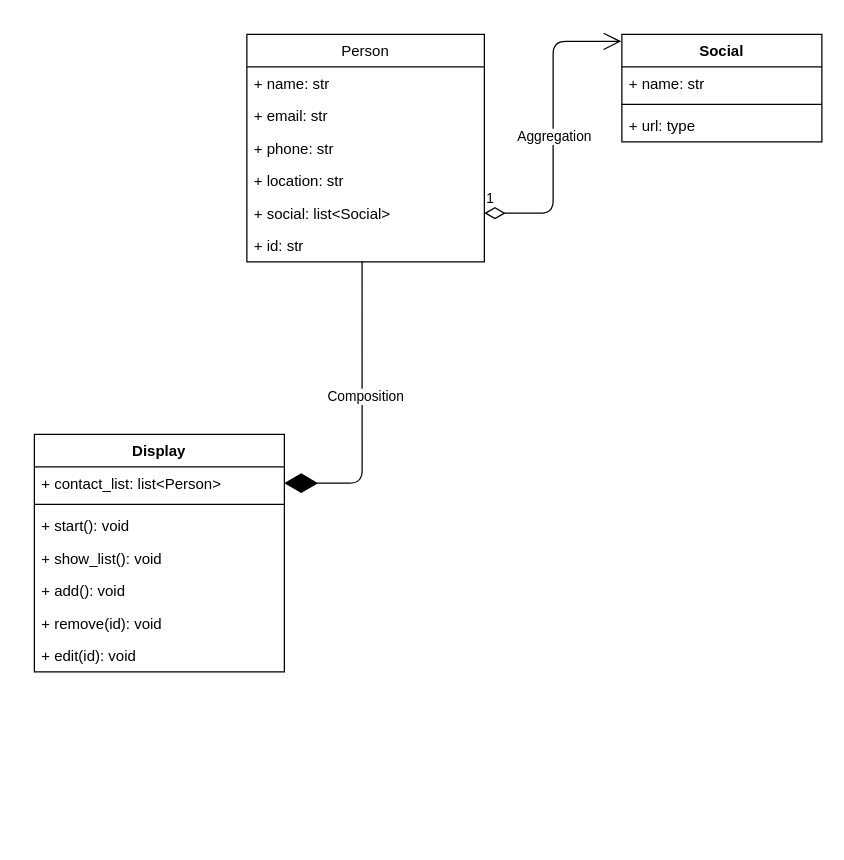
The draw.io diagram UML_Diagram/Contact_list.drawio in fahimfaisaal/contact_list_app, before the edit. Source tidied: cells renumbered, new cells numbered last; positions are measured from the earlier drawing's top-left corner, leaving out a move shared by most shapes. Both pictures are drawn from the tidied source at 125%, with x=0, y=0 at pixel (34, 34).
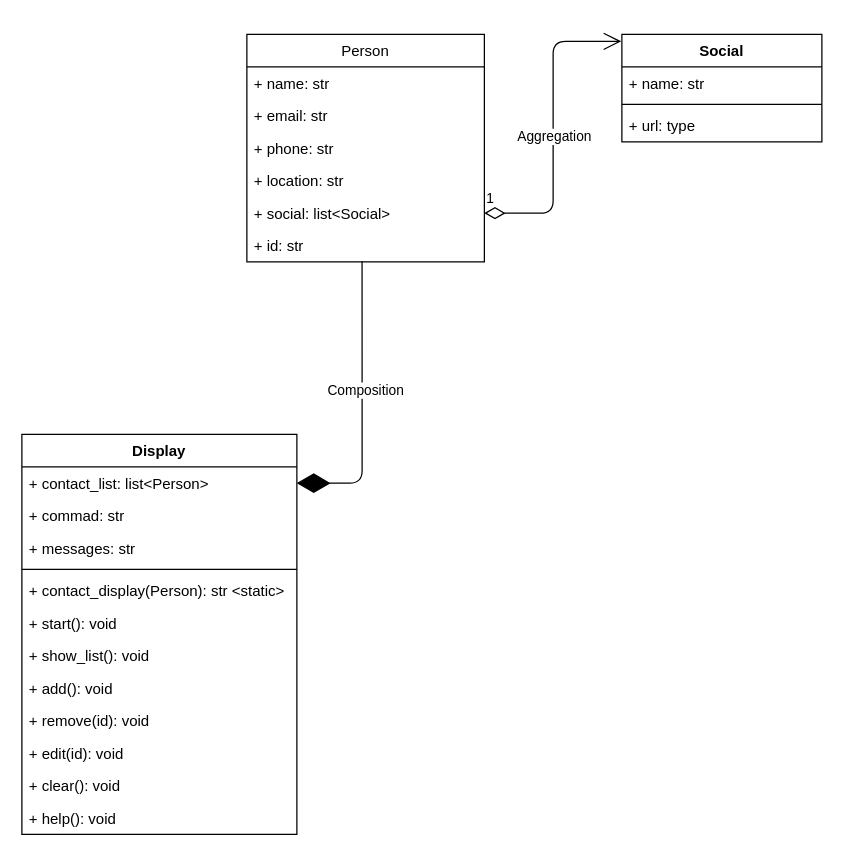
Above is the later version.

What changed in the source:
```diff
@@
     <mxCell id="15" value="Display" style="swimlane;fontStyle=1;align=center;verticalAlign=top;horizontal=1;startSize=26;" parent="1" vertex="1">
-      <mxGeometry y="320" width="200" height="190" as="geometry" />
+      <mxGeometry x="-10" y="320" width="220" height="320" as="geometry" />
     </mxCell>
     <mxCell id="16" value="+ contact_list: list&lt;Person&gt;" style="text;strokeColor=none;fillColor=none;align=left;verticalAlign=top;spacingLeft=4;spacingRight=4;overflow=hidden;points=[[0,0.5],[1,0.5]];portConstraint=eastwest;" parent="15" vertex="1">
-      <mxGeometry y="26" width="200" height="26" as="geometry" />
+      <mxGeometry y="26" width="220" height="26" as="geometry" />
     </mxCell>
+    <mxCell id="25" value="+ commad: str" style="text;strokeColor=none;fillColor=none;align=left;verticalAlign=top;spacingLeft=4;spacingRight=4;overflow=hidden;" parent="15" vertex="1">
+      <mxGeometry y="52" width="220" height="26" as="geometry" />
+    </mxCell>
+    <mxCell id="26" value="+ messages: str" style="text;strokeColor=none;fillColor=none;align=left;verticalAlign=top;spacingLeft=4;spacingRight=4;overflow=hidden;" parent="15" vertex="1">
+      <mxGeometry y="78" width="220" height="26" as="geometry" />
+    </mxCell>
     <mxCell id="17" style="line;strokeWidth=1;fillColor=none;align=left;verticalAlign=middle;spacingTop=-1;spacingLeft=3;spacingRight=3;labelPosition=right;" parent="15" vertex="1">
-      <mxGeometry y="52" width="200" height="8" as="geometry" />
+      <mxGeometry y="104" width="220" height="8" as="geometry" />
     </mxCell>
+    <mxCell id="27" value="+ contact_display(Person): str &lt;static&gt;" style="text;strokeColor=none;fillColor=none;align=left;verticalAlign=top;spacingLeft=4;spacingRight=4;overflow=hidden;" parent="15" vertex="1">
+      <mxGeometry y="112" width="220" height="26" as="geometry" />
+    </mxCell>
     <mxCell id="18" value="+ start(): void" style="text;strokeColor=none;fillColor=none;align=left;verticalAlign=top;spacingLeft=4;spacingRight=4;overflow=hidden;" parent="15" vertex="1">
-      <mxGeometry y="60" width="200" height="26" as="geometry" />
+      <mxGeometry y="138" width="220" height="26" as="geometry" />
     </mxCell>
     <mxCell id="19" value="+ show_list(): void" style="text;strokeColor=none;fillColor=none;align=left;verticalAlign=top;spacingLeft=4;spacingRight=4;overflow=hidden;" parent="15" vertex="1">
-      <mxGeometry y="86" width="200" height="26" as="geometry" />
+      <mxGeometry y="164" width="220" height="26" as="geometry" />
     </mxCell>
     <mxCell id="20" value="+ add(): void" style="text;strokeColor=none;fillColor=none;align=left;verticalAlign=top;spacingLeft=4;spacingRight=4;overflow=hidden;" parent="15" vertex="1">
-      <mxGeometry y="112" width="200" height="26" as="geometry" />
+      <mxGeometry y="190" width="220" height="26" as="geometry" />
     </mxCell>
     <mxCell id="21" value="+ remove(id): void" style="text;strokeColor=none;fillColor=none;align=left;verticalAlign=top;spacingLeft=4;spacingRight=4;overflow=hidden;" parent="15" vertex="1">
-      <mxGeometry y="138" width="200" height="26" as="geometry" />
+      <mxGeometry y="216" width="220" height="26" as="geometry" />
     </mxCell>
     <mxCell id="22" value="+ edit(id): void" style="text;strokeColor=none;fillColor=none;align=left;verticalAlign=top;spacingLeft=4;spacingRight=4;overflow=hidden;" parent="15" vertex="1">
-      <mxGeometry y="164" width="200" height="26" as="geometry" />
+      <mxGeometry y="242" width="220" height="26" as="geometry" />
     </mxCell>
+    <mxCell id="28" value="+ clear(): void" style="text;strokeColor=none;fillColor=none;align=left;verticalAlign=top;spacingLeft=4;spacingRight=4;overflow=hidden;" parent="15" vertex="1">
+      <mxGeometry y="268" width="220" height="26" as="geometry" />
+    </mxCell>
+    <mxCell id="29" value="+ help(): void" style="text;strokeColor=none;fillColor=none;align=left;verticalAlign=top;spacingLeft=4;spacingRight=4;overflow=hidden;" parent="15" vertex="1">
+      <mxGeometry y="294" width="220" height="26" as="geometry" />
+    </mxCell>
```
